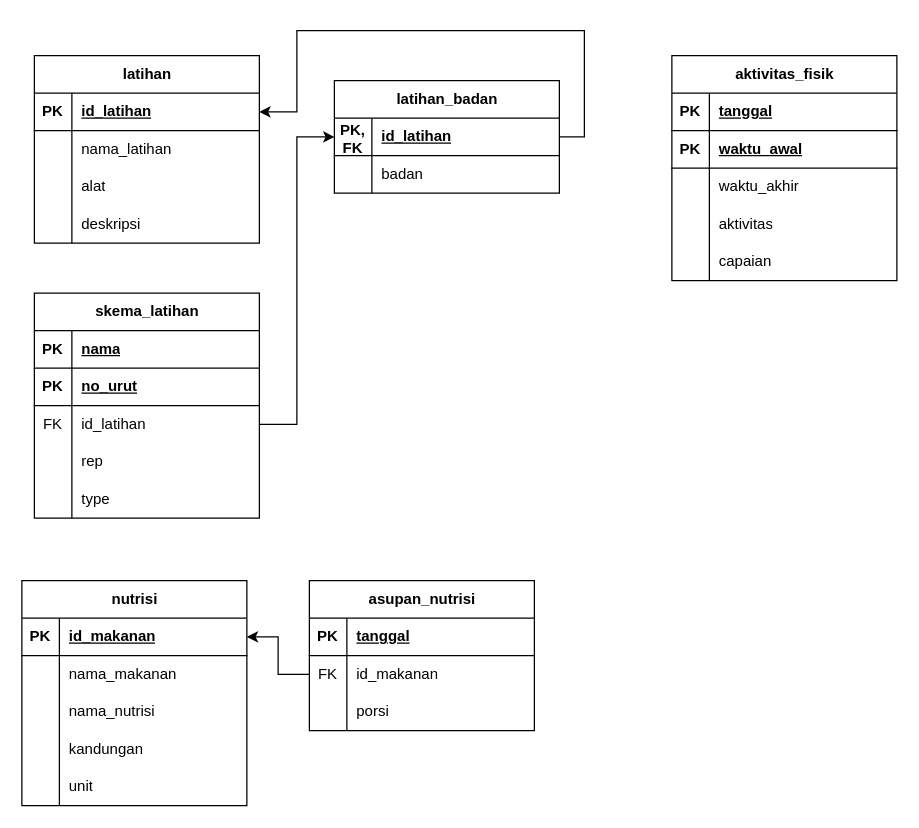
BobSwagg13/TUBES-REKAYASA-PERANGKAT-LUNAK-1 keeps this draw.io diagram as page "schema" (2 of 3) of ER_Diagram_Database.drawio. Above is the earlier version. Source tidied: cells renumbered, new cells numbered last; positions are measured from the earlier drawing's top-left corner, leaving out a move shared by most shapes. Both pictures are drawn from the tidied source at 125%, with x=0, y=0 at pixel (21, 30).
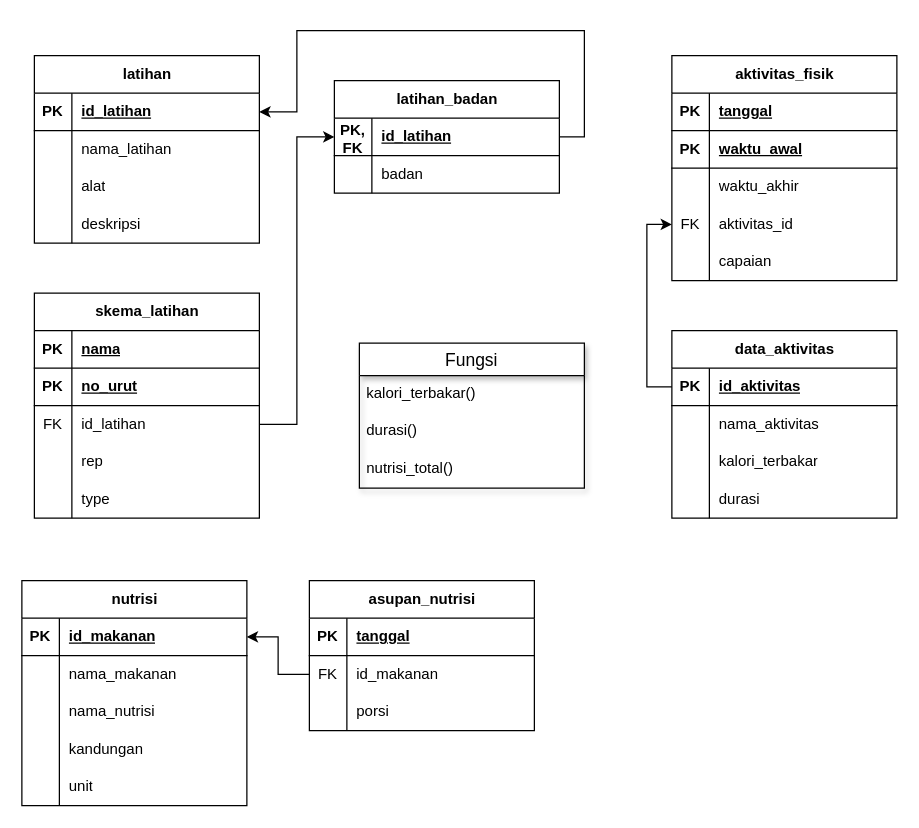
After the change.

The change refers to these unchanged cells:
```xml
<mxCell id="49" style="shape=tableRow;horizontal=0;startSize=0;swimlaneHead=0;swimlaneBody=0;fillColor=none;points=[[0,0.5],[1,0.5]];portConstraint=eastwest;top=0;left=0;right=0;bottom=0;" parent="39" vertex="1">
  <mxGeometry y="120" width="180" height="30" as="geometry" />
</mxCell>
```

What changed in the source:
```diff
@@
-    <mxCell id="50" style="shape=partialRectangle;fillColor=none;top=0;left=0;bottom=0;right=0;overflow=hidden;whiteSpace=wrap;html=1;" parent="49" vertex="1">
+    <mxCell id="50" value="FK" style="shape=partialRectangle;fillColor=none;top=0;left=0;bottom=0;right=0;overflow=hidden;whiteSpace=wrap;html=1;" parent="49" vertex="1">
       <mxGeometry width="30" height="30" as="geometry" />
     </mxCell>
-    <mxCell id="51" value="aktivitas" style="shape=partialRectangle;fillColor=none;top=0;left=0;bottom=0;right=0;align=left;spacingLeft=6;overflow=hidden;whiteSpace=wrap;html=1;" parent="49" vertex="1">
+    <mxCell id="51" value="aktivitas_id" style="shape=partialRectangle;fillColor=none;top=0;left=0;bottom=0;right=0;align=left;spacingLeft=6;overflow=hidden;whiteSpace=wrap;html=1;" parent="49" vertex="1">
       <mxGeometry x="30" width="150" height="30" as="geometry" />
     </mxCell>
@@
-    <mxCell id="83" value="&lt;div style=&quot;text-align: justify;&quot;&gt;&lt;br&gt;&lt;/div&gt;" style="text;html=1;align=left;verticalAlign=middle;whiteSpace=wrap;rounded=0;" parent="1" vertex="1">
-      <mxGeometry x="300" y="200" width="230" height="180" as="geometry" />
+    <mxCell id="83" value="&lt;div style=&quot;text-align: justify;&quot;&gt;&lt;br&gt;&lt;/div&gt;" style="text;html=1;align=left;verticalAlign=middle;whiteSpace=wrap;rounded=0;shadow=1;" parent="1" vertex="1">
+      <mxGeometry x="400" y="230" width="230" height="180" as="geometry" />
     </mxCell>
+    <mxCell id="84" value="Fungsi" style="swimlane;fontStyle=0;horizontal=1;startSize=26;align=center;fontSize=14;shadow=1;" parent="1" vertex="1">
+      <mxGeometry x="270" y="250" width="180" height="116" as="geometry" />
+    </mxCell>
+    <mxCell id="85" value="kalori_terbakar()" style="text;strokeColor=none;fillColor=none;spacingLeft=4;spacingRight=4;overflow=hidden;fontSize=12;whiteSpace=wrap;html=1;shadow=1;" parent="84" vertex="1">
+      <mxGeometry y="26" width="180" height="30" as="geometry" />
+    </mxCell>
+    <mxCell id="86" value="durasi()" style="text;strokeColor=none;fillColor=none;spacingLeft=4;spacingRight=4;overflow=hidden;fontSize=12;whiteSpace=wrap;html=1;shadow=1;" parent="84" vertex="1">
+      <mxGeometry y="56" width="180" height="30" as="geometry" />
+    </mxCell>
+    <mxCell id="87" value="nutrisi_total()" style="text;strokeColor=none;fillColor=none;spacingLeft=4;spacingRight=4;overflow=hidden;fontSize=12;whiteSpace=wrap;html=1;shadow=1;" parent="84" vertex="1">
+      <mxGeometry y="86" width="180" height="30" as="geometry" />
+    </mxCell>
+    <mxCell id="88" value="data_aktivitas" style="shape=table;startSize=30;childLayout=tableLayout;rowLines=0;fontStyle=1;align=center;html=1;" parent="1" vertex="1">
+      <mxGeometry x="520" y="240" width="180" height="150" as="geometry" />
+    </mxCell>
+    <mxCell id="89" style="shape=tableRow;horizontal=0;startSize=0;swimlaneHead=0;swimlaneBody=0;fillColor=none;points=[[0,0.5],[1,0.5]];portConstraint=eastwest;top=0;left=0;right=0;bottom=1;" parent="88" vertex="1">
+      <mxGeometry y="30" width="180" height="30" as="geometry" />
+    </mxCell>
+    <mxCell id="90" value="PK" style="shape=partialRectangle;fillColor=none;top=0;left=0;bottom=0;right=0;fontStyle=1;overflow=hidden;whiteSpace=wrap;html=1;" parent="89" vertex="1">
+      <mxGeometry width="30" height="30" as="geometry" />
+    </mxCell>
+    <mxCell id="91" value="id_aktivitas" style="shape=partialRectangle;fillColor=none;top=0;left=0;bottom=0;right=0;align=left;spacingLeft=6;fontStyle=5;overflow=hidden;whiteSpace=wrap;html=1;" parent="89" vertex="1">
+      <mxGeometry x="30" width="150" height="30" as="geometry" />
+    </mxCell>
+    <mxCell id="92" style="shape=tableRow;horizontal=0;startSize=0;swimlaneHead=0;swimlaneBody=0;fillColor=none;top=0;left=0;right=0;bottom=0;" parent="88" vertex="1">
+      <mxGeometry y="60" width="180" height="30" as="geometry" />
+    </mxCell>
+    <mxCell id="93" style="shape=partialRectangle;fillColor=none;top=0;left=0;bottom=0;right=0;overflow=hidden;whiteSpace=wrap;html=1;" parent="92" vertex="1">
+      <mxGeometry width="30" height="30" as="geometry" />
+    </mxCell>
+    <mxCell id="94" value="nama_aktivitas" style="shape=partialRectangle;fillColor=none;top=0;left=0;bottom=0;right=0;align=left;spacingLeft=6;overflow=hidden;whiteSpace=wrap;html=1;" parent="92" vertex="1">
+      <mxGeometry x="30" width="150" height="30" as="geometry" />
+    </mxCell>
+    <mxCell id="95" style="shape=tableRow;horizontal=0;startSize=0;swimlaneHead=0;swimlaneBody=0;fillColor=none;top=0;left=0;right=0;bottom=0;" parent="88" vertex="1">
+      <mxGeometry y="90" width="180" height="30" as="geometry" />
+    </mxCell>
+    <mxCell id="96" style="shape=partialRectangle;fillColor=none;top=0;left=0;bottom=0;right=0;overflow=hidden;whiteSpace=wrap;html=1;" parent="95" vertex="1">
+      <mxGeometry width="30" height="30" as="geometry" />
+    </mxCell>
+    <mxCell id="97" value="kalori_terbakar" style="shape=partialRectangle;fillColor=none;top=0;left=0;bottom=0;right=0;align=left;spacingLeft=6;overflow=hidden;whiteSpace=wrap;html=1;" parent="95" vertex="1">
+      <mxGeometry x="30" width="150" height="30" as="geometry" />
+    </mxCell>
+    <mxCell id="98" style="shape=tableRow;horizontal=0;startSize=0;swimlaneHead=0;swimlaneBody=0;fillColor=none;top=0;left=0;right=0;bottom=0;" parent="88" vertex="1">
+      <mxGeometry y="120" width="180" height="30" as="geometry" />
+    </mxCell>
+    <mxCell id="99" style="shape=partialRectangle;fillColor=none;top=0;left=0;bottom=0;right=0;overflow=hidden;whiteSpace=wrap;html=1;" parent="98" vertex="1">
+      <mxGeometry width="30" height="30" as="geometry" />
+    </mxCell>
+    <mxCell id="100" value="durasi" style="shape=partialRectangle;fillColor=none;top=0;left=0;bottom=0;right=0;align=left;spacingLeft=6;overflow=hidden;whiteSpace=wrap;html=1;" parent="98" vertex="1">
+      <mxGeometry x="30" width="150" height="30" as="geometry" />
+    </mxCell>
+    <mxCell id="101" style="edgeStyle=orthogonalEdgeStyle;rounded=0;jettySize=auto;html=1;entryX=0;entryY=0.5;entryDx=0;entryDy=0;" parent="1" edge="1" source="89" target="49">
+      <mxGeometry relative="1" as="geometry" />
+    </mxCell>
```
